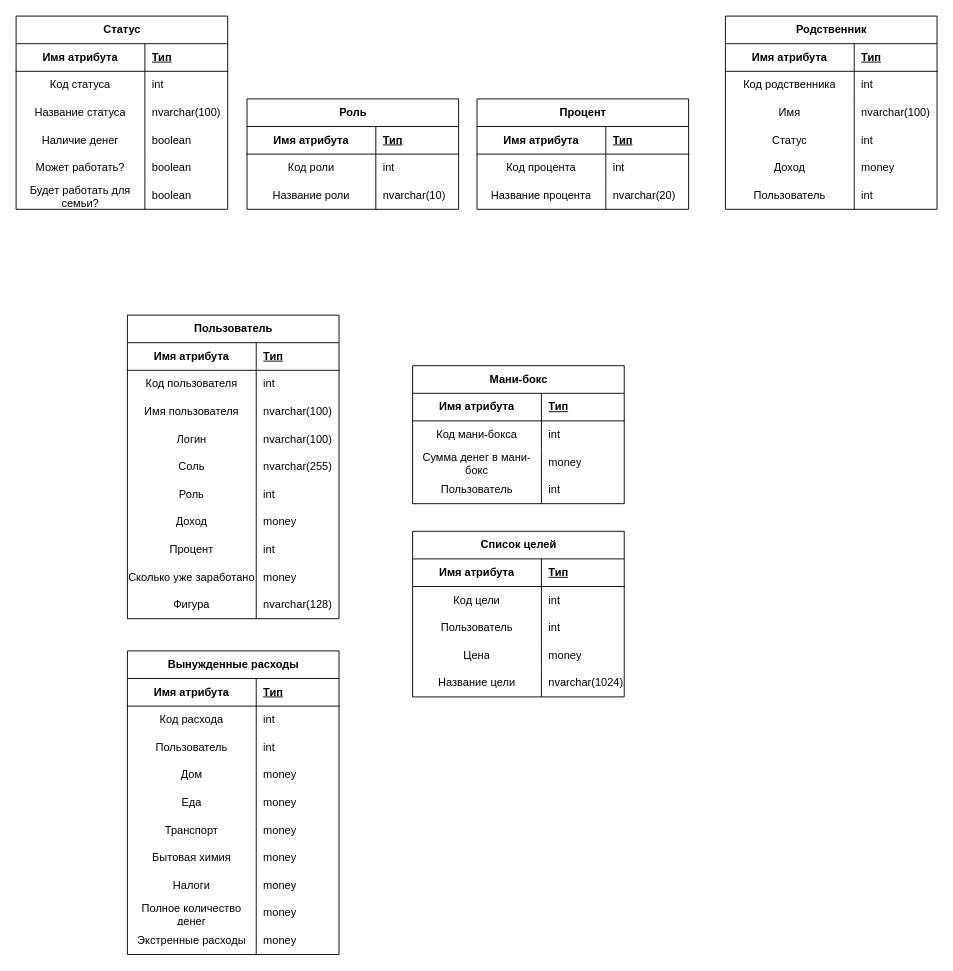
Before: page "Страница — 10" (10 of 18) of new_kurs.drawio in dahichnero/schemas, a draw.io diagram. Source tidied: cells renumbered, new cells numbered last; positions are measured from the earlier drawing's top-left corner, leaving out a move shared by most shapes. Both pictures are drawn from the tidied source at 92%, with x=0, y=0 at pixel (16, 16).
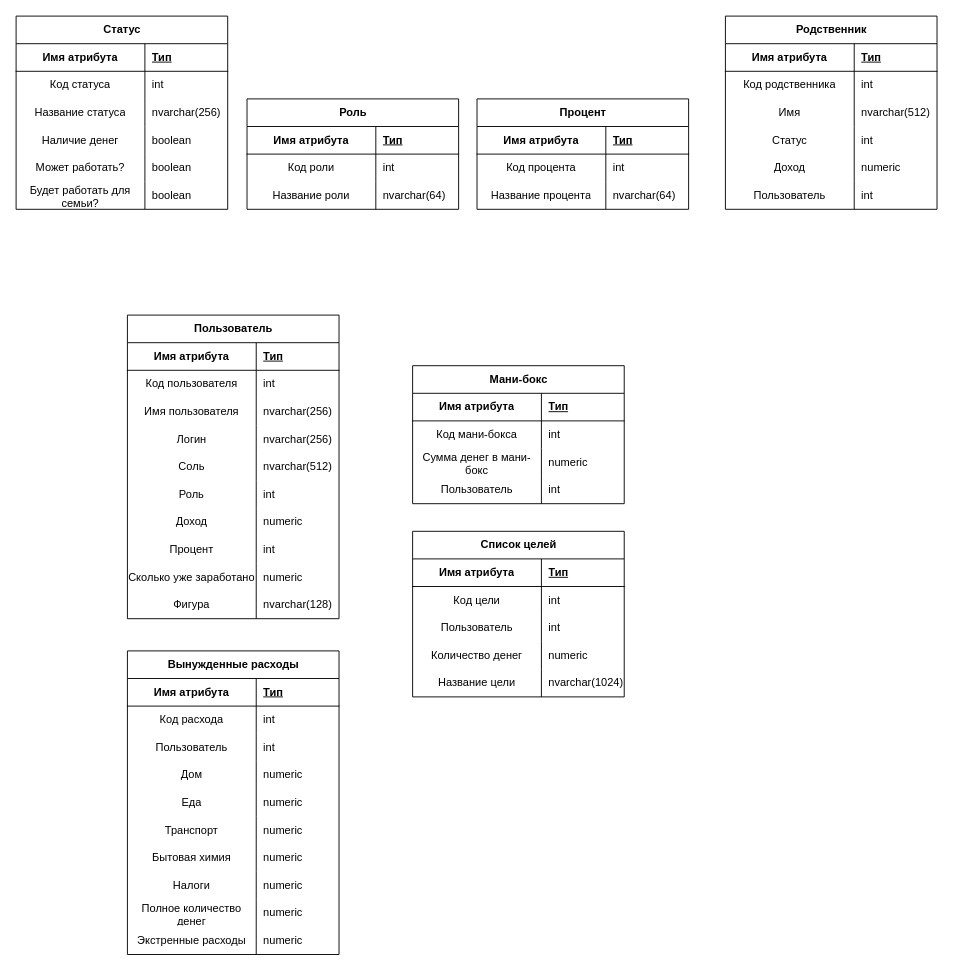
The same page after the edit.

The change refers to these unchanged cells:
```xml
<mxCell id="9" style="shape=tableRow;horizontal=0;startSize=0;swimlaneHead=0;swimlaneBody=0;fillColor=none;top=0;left=0;right=0;bottom=0;" parent="2" vertex="1">
  <mxGeometry y="90" width="230" height="30" as="geometry" />
</mxCell>
<mxCell id="19" style="shape=tableRow;horizontal=0;startSize=0;swimlaneHead=0;swimlaneBody=0;fillColor=none;top=0;left=0;right=0;bottom=0;" parent="12" vertex="1">
  <mxGeometry y="90" width="230" height="30" as="geometry" />
</mxCell>
<mxCell id="29" style="shape=tableRow;horizontal=0;startSize=0;swimlaneHead=0;swimlaneBody=0;fillColor=none;top=0;left=0;right=0;bottom=0;" parent="22" vertex="1">
  <mxGeometry y="90" width="230" height="30" as="geometry" />
</mxCell>
<mxCell id="42" style="shape=tableRow;horizontal=0;startSize=0;swimlaneHead=0;swimlaneBody=0;fillColor=none;top=0;left=0;right=0;bottom=0;" parent="35" vertex="1">
  <mxGeometry y="90" width="230" height="30" as="geometry" />
</mxCell>
<mxCell id="61" style="shape=tableRow;horizontal=0;startSize=0;swimlaneHead=0;swimlaneBody=0;fillColor=none;top=0;left=0;right=0;bottom=0;" parent="54" vertex="1">
  <mxGeometry y="90" width="230" height="30" as="geometry" />
</mxCell>
<mxCell id="67" style="shape=tableRow;horizontal=0;startSize=0;swimlaneHead=0;swimlaneBody=0;fillColor=none;top=0;left=0;right=0;bottom=0;" parent="54" vertex="1">
  <mxGeometry y="150" width="230" height="30" as="geometry" />
</mxCell>
<mxCell id="80" style="shape=tableRow;horizontal=0;startSize=0;swimlaneHead=0;swimlaneBody=0;fillColor=none;top=0;left=0;right=0;bottom=0;" parent="73" vertex="1">
  <mxGeometry y="90" width="230" height="30" as="geometry" />
</mxCell>
<mxCell id="83" style="shape=tableRow;horizontal=0;startSize=0;swimlaneHead=0;swimlaneBody=0;fillColor=none;top=0;left=0;right=0;bottom=0;" parent="73" vertex="1">
  <mxGeometry y="120" width="230" height="30" as="geometry" />
</mxCell>
<mxCell id="86" style="shape=tableRow;horizontal=0;startSize=0;swimlaneHead=0;swimlaneBody=0;fillColor=none;top=0;left=0;right=0;bottom=0;" parent="73" vertex="1">
  <mxGeometry y="150" width="230" height="30" as="geometry" />
</mxCell>
<mxCell id="92" style="shape=tableRow;horizontal=0;startSize=0;swimlaneHead=0;swimlaneBody=0;fillColor=none;top=0;left=0;right=0;bottom=0;" parent="73" vertex="1">
  <mxGeometry y="210" width="230" height="30" as="geometry" />
</mxCell>
<mxCell id="98" style="shape=tableRow;horizontal=0;startSize=0;swimlaneHead=0;swimlaneBody=0;fillColor=none;top=0;left=0;right=0;bottom=0;" parent="73" vertex="1">
  <mxGeometry y="270" width="230" height="30" as="geometry" />
</mxCell>
<mxCell id="114" style="shape=tableRow;horizontal=0;startSize=0;swimlaneHead=0;swimlaneBody=0;fillColor=none;top=0;left=0;right=0;bottom=0;" parent="104" vertex="1">
  <mxGeometry y="120" width="230" height="30" as="geometry" />
</mxCell>
<mxCell id="130" style="shape=tableRow;horizontal=0;startSize=0;swimlaneHead=0;swimlaneBody=0;fillColor=none;top=0;left=0;right=0;bottom=0;" parent="120" vertex="1">
  <mxGeometry y="120" width="230" height="30" as="geometry" />
</mxCell>
<mxCell id="133" style="shape=tableRow;horizontal=0;startSize=0;swimlaneHead=0;swimlaneBody=0;fillColor=none;top=0;left=0;right=0;bottom=0;" parent="120" vertex="1">
  <mxGeometry y="150" width="230" height="30" as="geometry" />
</mxCell>
<mxCell id="136" style="shape=tableRow;horizontal=0;startSize=0;swimlaneHead=0;swimlaneBody=0;fillColor=none;top=0;left=0;right=0;bottom=0;" parent="120" vertex="1">
  <mxGeometry y="180" width="230" height="30" as="geometry" />
</mxCell>
<mxCell id="139" style="shape=tableRow;horizontal=0;startSize=0;swimlaneHead=0;swimlaneBody=0;fillColor=none;top=0;left=0;right=0;bottom=0;" parent="120" vertex="1">
  <mxGeometry y="210" width="230" height="30" as="geometry" />
</mxCell>
<mxCell id="142" style="shape=tableRow;horizontal=0;startSize=0;swimlaneHead=0;swimlaneBody=0;fillColor=none;top=0;left=0;right=0;bottom=0;" parent="120" vertex="1">
  <mxGeometry y="240" width="230" height="30" as="geometry" />
</mxCell>
<mxCell id="145" style="shape=tableRow;horizontal=0;startSize=0;swimlaneHead=0;swimlaneBody=0;fillColor=none;top=0;left=0;right=0;bottom=0;" parent="120" vertex="1">
  <mxGeometry y="270" width="230" height="30" as="geometry" />
</mxCell>
<mxCell id="148" style="shape=tableRow;horizontal=0;startSize=0;swimlaneHead=0;swimlaneBody=0;fillColor=none;top=0;left=0;right=0;bottom=0;" parent="120" vertex="1">
  <mxGeometry y="300" width="230" height="30" as="geometry" />
</mxCell>
```

What changed in the source:
```diff
@@
-    <mxCell id="11" value="nvarchar(10)" style="shape=partialRectangle;fillColor=none;top=0;left=0;bottom=0;right=0;align=left;spacingLeft=6;overflow=hidden;whiteSpace=wrap;html=1;" parent="9" vertex="1">
+    <mxCell id="11" value="nvarchar(64)" style="shape=partialRectangle;fillColor=none;top=0;left=0;bottom=0;right=0;align=left;spacingLeft=6;overflow=hidden;whiteSpace=wrap;html=1;" parent="9" vertex="1">
       <mxGeometry x="140" width="90" height="30" as="geometry" />
     </mxCell>
@@
-    <mxCell id="21" value="nvarchar(20)" style="shape=partialRectangle;fillColor=none;top=0;left=0;bottom=0;right=0;align=left;spacingLeft=6;overflow=hidden;whiteSpace=wrap;html=1;" parent="19" vertex="1">
+    <mxCell id="21" value="nvarchar(64)" style="shape=partialRectangle;fillColor=none;top=0;left=0;bottom=0;right=0;align=left;spacingLeft=6;overflow=hidden;whiteSpace=wrap;html=1;" parent="19" vertex="1">
       <mxGeometry x="140" width="90" height="30" as="geometry" />
     </mxCell>
@@
-    <mxCell id="31" value="money" style="shape=partialRectangle;fillColor=none;top=0;left=0;bottom=0;right=0;align=left;spacingLeft=6;overflow=hidden;whiteSpace=wrap;html=1;" parent="29" vertex="1">
+    <mxCell id="31" value="numeric" style="shape=partialRectangle;fillColor=none;top=0;left=0;bottom=0;right=0;align=left;spacingLeft=6;overflow=hidden;whiteSpace=wrap;html=1;" parent="29" vertex="1">
       <mxGeometry x="140" width="90" height="30" as="geometry" />
     </mxCell>
@@
-    <mxCell id="44" value="nvarchar(100)" style="shape=partialRectangle;fillColor=none;top=0;left=0;bottom=0;right=0;align=left;spacingLeft=6;overflow=hidden;whiteSpace=wrap;html=1;" parent="42" vertex="1">
+    <mxCell id="44" value="nvarchar(256)" style="shape=partialRectangle;fillColor=none;top=0;left=0;bottom=0;right=0;align=left;spacingLeft=6;overflow=hidden;whiteSpace=wrap;html=1;" parent="42" vertex="1">
       <mxGeometry x="140" width="90" height="30" as="geometry" />
     </mxCell>
@@
-    <mxCell id="63" value="nvarchar(100)" style="shape=partialRectangle;fillColor=none;top=0;left=0;bottom=0;right=0;align=left;spacingLeft=6;overflow=hidden;whiteSpace=wrap;html=1;" parent="61" vertex="1">
+    <mxCell id="63" value="nvarchar(512)" style="shape=partialRectangle;fillColor=none;top=0;left=0;bottom=0;right=0;align=left;spacingLeft=6;overflow=hidden;whiteSpace=wrap;html=1;" parent="61" vertex="1">
       <mxGeometry x="140" width="90" height="30" as="geometry" />
     </mxCell>
@@
-    <mxCell id="69" value="money" style="shape=partialRectangle;fillColor=none;top=0;left=0;bottom=0;right=0;align=left;spacingLeft=6;overflow=hidden;whiteSpace=wrap;html=1;" parent="67" vertex="1">
+    <mxCell id="69" value="numeric" style="shape=partialRectangle;fillColor=none;top=0;left=0;bottom=0;right=0;align=left;spacingLeft=6;overflow=hidden;whiteSpace=wrap;html=1;" parent="67" vertex="1">
       <mxGeometry x="140" width="90" height="30" as="geometry" />
     </mxCell>
@@
-    <mxCell id="82" value="nvarchar(100)" style="shape=partialRectangle;fillColor=none;top=0;left=0;bottom=0;right=0;align=left;spacingLeft=6;overflow=hidden;whiteSpace=wrap;html=1;" parent="80" vertex="1">
+    <mxCell id="82" value="nvarchar(256)" style="shape=partialRectangle;fillColor=none;top=0;left=0;bottom=0;right=0;align=left;spacingLeft=6;overflow=hidden;whiteSpace=wrap;html=1;" parent="80" vertex="1">
       <mxGeometry x="140" width="90" height="30" as="geometry" />
     </mxCell>
@@
-    <mxCell id="85" value="nvarchar(100)" style="shape=partialRectangle;fillColor=none;top=0;left=0;bottom=0;right=0;align=left;spacingLeft=6;overflow=hidden;whiteSpace=wrap;html=1;" parent="83" vertex="1">
+    <mxCell id="85" value="nvarchar(256)" style="shape=partialRectangle;fillColor=none;top=0;left=0;bottom=0;right=0;align=left;spacingLeft=6;overflow=hidden;whiteSpace=wrap;html=1;" parent="83" vertex="1">
       <mxGeometry x="140" width="90" height="30" as="geometry" />
     </mxCell>
@@
-    <mxCell id="88" value="nvarchar(255)" style="shape=partialRectangle;fillColor=none;top=0;left=0;bottom=0;right=0;align=left;spacingLeft=6;overflow=hidden;whiteSpace=wrap;html=1;" parent="86" vertex="1">
+    <mxCell id="88" value="nvarchar(512)" style="shape=partialRectangle;fillColor=none;top=0;left=0;bottom=0;right=0;align=left;spacingLeft=6;overflow=hidden;whiteSpace=wrap;html=1;" parent="86" vertex="1">
       <mxGeometry x="140" width="90" height="30" as="geometry" />
     </mxCell>
@@
-    <mxCell id="94" value="money" style="shape=partialRectangle;fillColor=none;top=0;left=0;bottom=0;right=0;align=left;spacingLeft=6;overflow=hidden;whiteSpace=wrap;html=1;" parent="92" vertex="1">
+    <mxCell id="94" value="numeric" style="shape=partialRectangle;fillColor=none;top=0;left=0;bottom=0;right=0;align=left;spacingLeft=6;overflow=hidden;whiteSpace=wrap;html=1;" parent="92" vertex="1">
       <mxGeometry x="140" width="90" height="30" as="geometry" />
     </mxCell>
@@
-    <mxCell id="100" value="money" style="shape=partialRectangle;fillColor=none;top=0;left=0;bottom=0;right=0;align=left;spacingLeft=6;overflow=hidden;whiteSpace=wrap;html=1;" parent="98" vertex="1">
+    <mxCell id="100" value="numeric" style="shape=partialRectangle;fillColor=none;top=0;left=0;bottom=0;right=0;align=left;spacingLeft=6;overflow=hidden;whiteSpace=wrap;html=1;" parent="98" vertex="1">
       <mxGeometry x="140" width="90" height="30" as="geometry" />
     </mxCell>
@@
-    <mxCell id="115" value="Цена" style="shape=partialRectangle;fillColor=none;top=0;left=0;bottom=0;right=0;overflow=hidden;whiteSpace=wrap;html=1;" parent="114" vertex="1">
+    <mxCell id="115" value="Количество денег" style="shape=partialRectangle;fillColor=none;top=0;left=0;bottom=0;right=0;overflow=hidden;whiteSpace=wrap;html=1;" parent="114" vertex="1">
       <mxGeometry width="140" height="30" as="geometry" />
     </mxCell>
-    <mxCell id="116" value="money" style="shape=partialRectangle;fillColor=none;top=0;left=0;bottom=0;right=0;align=left;spacingLeft=6;overflow=hidden;whiteSpace=wrap;html=1;" parent="114" vertex="1">
+    <mxCell id="116" value="numeric" style="shape=partialRectangle;fillColor=none;top=0;left=0;bottom=0;right=0;align=left;spacingLeft=6;overflow=hidden;whiteSpace=wrap;html=1;" parent="114" vertex="1">
       <mxGeometry x="140" width="90" height="30" as="geometry" />
     </mxCell>
@@
-    <mxCell id="132" value="money" style="shape=partialRectangle;fillColor=none;top=0;left=0;bottom=0;right=0;align=left;spacingLeft=6;overflow=hidden;whiteSpace=wrap;html=1;" parent="130" vertex="1">
+    <mxCell id="132" value="numeric" style="shape=partialRectangle;fillColor=none;top=0;left=0;bottom=0;right=0;align=left;spacingLeft=6;overflow=hidden;whiteSpace=wrap;html=1;" parent="130" vertex="1">
       <mxGeometry x="140" width="90" height="30" as="geometry" />
     </mxCell>
@@
-    <mxCell id="135" value="money" style="shape=partialRectangle;fillColor=none;top=0;left=0;bottom=0;right=0;align=left;spacingLeft=6;overflow=hidden;whiteSpace=wrap;html=1;" parent="133" vertex="1">
+    <mxCell id="135" value="numeric" style="shape=partialRectangle;fillColor=none;top=0;left=0;bottom=0;right=0;align=left;spacingLeft=6;overflow=hidden;whiteSpace=wrap;html=1;" parent="133" vertex="1">
       <mxGeometry x="140" width="90" height="30" as="geometry" />
     </mxCell>
@@
-    <mxCell id="138" value="money" style="shape=partialRectangle;fillColor=none;top=0;left=0;bottom=0;right=0;align=left;spacingLeft=6;overflow=hidden;whiteSpace=wrap;html=1;" parent="136" vertex="1">
+    <mxCell id="138" value="numeric" style="shape=partialRectangle;fillColor=none;top=0;left=0;bottom=0;right=0;align=left;spacingLeft=6;overflow=hidden;whiteSpace=wrap;html=1;" parent="136" vertex="1">
       <mxGeometry x="140" width="90" height="30" as="geometry" />
     </mxCell>
@@
-    <mxCell id="141" value="money" style="shape=partialRectangle;fillColor=none;top=0;left=0;bottom=0;right=0;align=left;spacingLeft=6;overflow=hidden;whiteSpace=wrap;html=1;" parent="139" vertex="1">
+    <mxCell id="141" value="numeric" style="shape=partialRectangle;fillColor=none;top=0;left=0;bottom=0;right=0;align=left;spacingLeft=6;overflow=hidden;whiteSpace=wrap;html=1;" parent="139" vertex="1">
       <mxGeometry x="140" width="90" height="30" as="geometry" />
     </mxCell>
@@
-    <mxCell id="144" value="money" style="shape=partialRectangle;fillColor=none;top=0;left=0;bottom=0;right=0;align=left;spacingLeft=6;overflow=hidden;whiteSpace=wrap;html=1;" parent="142" vertex="1">
+    <mxCell id="144" value="numeric" style="shape=partialRectangle;fillColor=none;top=0;left=0;bottom=0;right=0;align=left;spacingLeft=6;overflow=hidden;whiteSpace=wrap;html=1;" parent="142" vertex="1">
       <mxGeometry x="140" width="90" height="30" as="geometry" />
     </mxCell>
@@
-    <mxCell id="147" value="money" style="shape=partialRectangle;fillColor=none;top=0;left=0;bottom=0;right=0;align=left;spacingLeft=6;overflow=hidden;whiteSpace=wrap;html=1;" parent="145" vertex="1">
+    <mxCell id="147" value="numeric" style="shape=partialRectangle;fillColor=none;top=0;left=0;bottom=0;right=0;align=left;spacingLeft=6;overflow=hidden;whiteSpace=wrap;html=1;" parent="145" vertex="1">
       <mxGeometry x="140" width="90" height="30" as="geometry" />
     </mxCell>
@@
-    <mxCell id="150" value="money" style="shape=partialRectangle;fillColor=none;top=0;left=0;bottom=0;right=0;align=left;spacingLeft=6;overflow=hidden;whiteSpace=wrap;html=1;" parent="148" vertex="1">
+    <mxCell id="150" value="numeric" style="shape=partialRectangle;fillColor=none;top=0;left=0;bottom=0;right=0;align=left;spacingLeft=6;overflow=hidden;whiteSpace=wrap;html=1;" parent="148" vertex="1">
       <mxGeometry x="140" width="90" height="30" as="geometry" />
     </mxCell>
```
